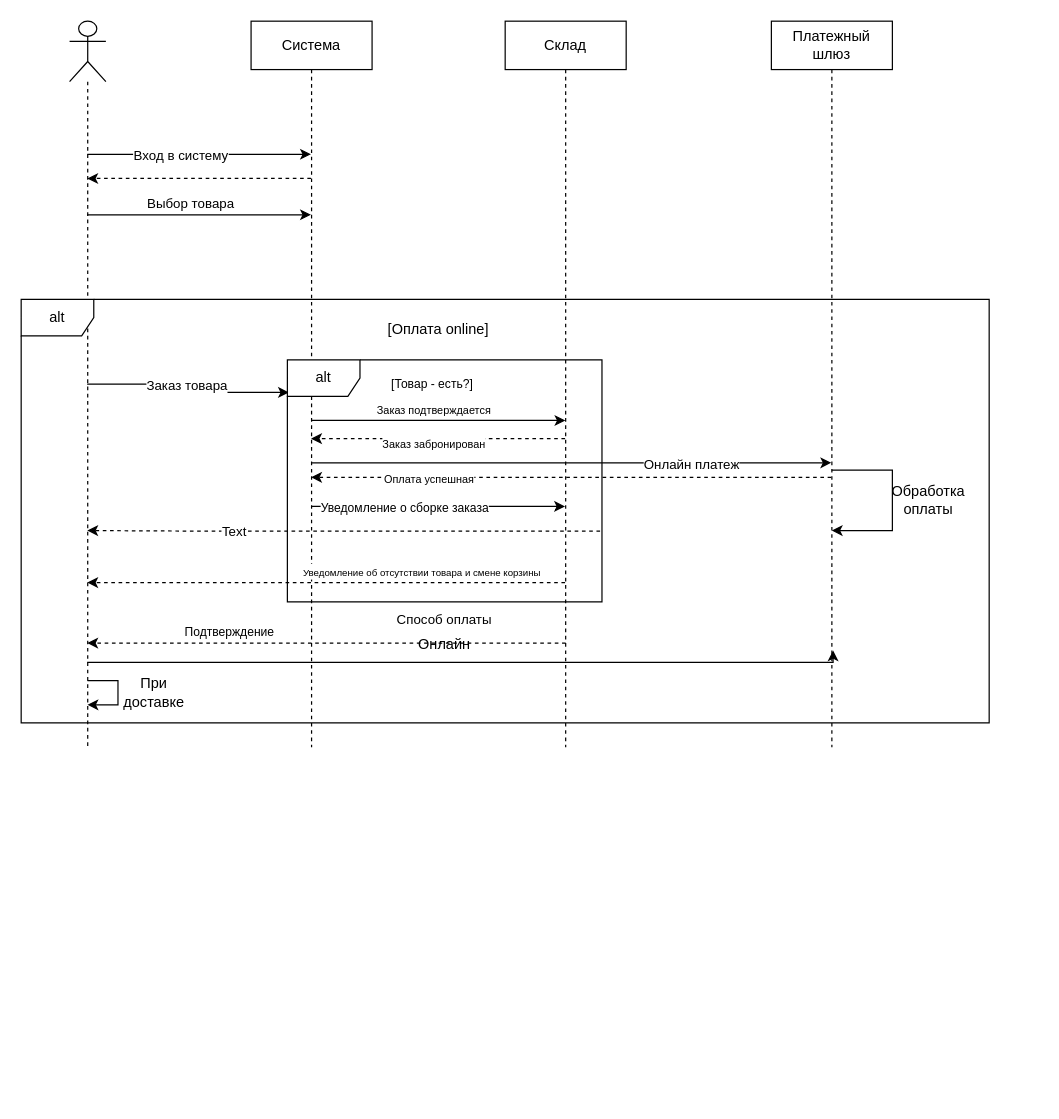
Before: prac12.1-12.2./prac12.2.drawio in Damirmgg/Design-Patterns-Practice12, a draw.io diagram. Source tidied: cells renumbered, new cells numbered last; positions are measured from the earlier drawing's top-left corner, leaving out a move shared by most shapes. Both pictures are drawn from the tidied source at 121%, with x=0, y=0 at pixel (21, 21).
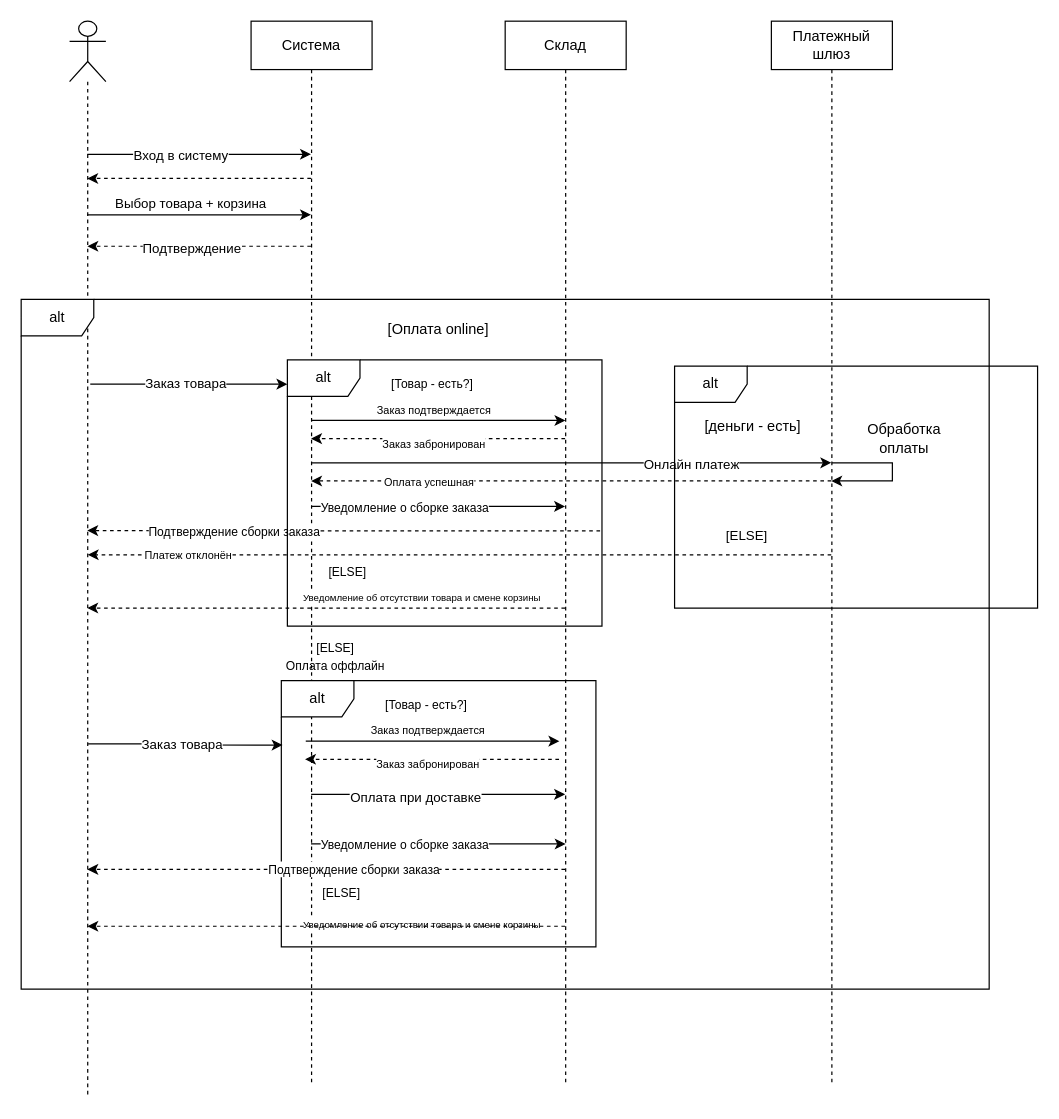
Above is the later version.

The change refers to these unchanged cells:
```xml
<mxCell id="25" style="endArrow=classic;html=1;rounded=0;" parent="1" edge="1">
  <mxGeometry relative="1" as="geometry">
    <mxPoint x="54.6" y="160" as="sourcePoint" />
    <mxPoint x="239.5" y="160" as="targetPoint" />
    <Array as="points">
      <mxPoint x="80" y="160" />
      <mxPoint x="180" y="160" />
    </Array>
  </mxGeometry>
</mxCell>
```

What changed in the source:
```diff
@@
-    <mxCell id="2" style="edgeStyle=orthogonalEdgeStyle;rounded=0;jettySize=auto;html=1;curved=0;" parent="1" edge="1" source="5">
-      <mxGeometry relative="1" as="geometry">
-        <mxPoint x="671" y="520" as="targetPoint" />
-        <Array as="points">
-          <mxPoint x="671" y="530" />
-        </Array>
-      </mxGeometry>
-    </mxCell>
-    <mxCell id="3" style="edgeStyle=orthogonalEdgeStyle;rounded=0;jettySize=auto;html=1;curved=0;entryX=0.005;entryY=0.134;entryDx=0;entryDy=0;entryPerimeter=0;" parent="1" edge="1" source="5" target="28">
-      <mxGeometry relative="1" as="geometry" />
+    <mxCell id="3" style="edgeStyle=orthogonalEdgeStyle;rounded=0;jettySize=auto;html=1;curved=0;exitX=0.57;exitY=0.337;exitDx=0;exitDy=0;exitPerimeter=0;" parent="1" edge="1" source="5">
+      <mxGeometry relative="1" as="geometry">
+        <mxPoint x="220" y="300" as="targetPoint" />
+      </mxGeometry>
     </mxCell>
@@
     <mxCell id="5" style="shape=umlLifeline;perimeter=lifelinePerimeter;whiteSpace=wrap;html=1;outlineConnect=0;portConstraint=eastwest;newEdgeStyle={&quot;curved&quot;:0,&quot;rounded&quot;:0};participant=umlActor;size=50;" parent="1" vertex="1">
-      <mxGeometry x="40" width="30" height="600" as="geometry" />
+      <mxGeometry x="40" width="30" height="890" as="geometry" />
     </mxCell>
@@
+    <mxCell id="40" style="edgeStyle=orthogonalEdgeStyle;rounded=0;orthogonalLoop=1;jettySize=auto;html=1;curved=0;" parent="1" edge="1">
+      <mxGeometry relative="1" as="geometry">
+        <mxPoint x="239.7" y="639" as="sourcePoint" />
+        <mxPoint x="449.5" y="639" as="targetPoint" />
+      </mxGeometry>
+    </mxCell>
+    <mxCell id="41" value="Оплата при доставке" style="edgeLabel;html=1;align=center;verticalAlign=middle;" parent="40" vertex="1">
+      <mxGeometry x="-0.24" y="-2" relative="1" as="geometry">
+        <mxPoint x="6" as="offset" />
+      </mxGeometry>
+    </mxCell>
     <mxCell id="8" value="Система" style="shape=umlLifeline;perimeter=lifelinePerimeter;whiteSpace=wrap;html=1;outlineConnect=0;portConstraint=eastwest;newEdgeStyle={&quot;curved&quot;:0,&quot;rounded&quot;:0};" parent="1" vertex="1">
-      <mxGeometry x="190" width="100" height="600" as="geometry" />
+      <mxGeometry x="190" width="100" height="880" as="geometry" />
     </mxCell>
@@
-    <mxCell id="13" style="edgeStyle=orthogonalEdgeStyle;rounded=0;jettySize=auto;html=1;curved=0;exitX=0.994;exitY=0.707;exitDx=0;exitDy=0;exitPerimeter=0;dashed=1;" parent="1" edge="1" source="28">
+    <mxCell id="13" style="edgeStyle=orthogonalEdgeStyle;rounded=0;jettySize=auto;html=1;curved=0;exitX=0.994;exitY=0.642;exitDx=0;exitDy=0;exitPerimeter=0;dashed=1;" parent="1" edge="1" source="28">
       <mxGeometry relative="1" as="geometry">
         <mxPoint x="54.6" y="421" as="targetPoint" />
       </mxGeometry>
     </mxCell>
-    <mxCell id="14" value="Text" style="edgeLabel;html=1;align=center;verticalAlign=middle;" parent="13" vertex="1">
+    <mxCell id="14" value="&lt;font style=&quot;font-size: 10px;&quot;&gt;Подтверждение сборки заказа&lt;/font&gt;" style="edgeLabel;html=1;align=center;verticalAlign=middle;" parent="13" vertex="1">
       <mxGeometry x="0.94" relative="1" as="geometry">
         <mxPoint x="108" as="offset" />
       </mxGeometry>
     </mxCell>
     <mxCell id="15" value="Склад" style="shape=umlLifeline;perimeter=lifelinePerimeter;whiteSpace=wrap;html=1;newEdgeStyle={&quot;curved&quot;:0,&quot;rounded&quot;:0};" parent="1" vertex="1">
-      <mxGeometry x="400" width="100" height="600" as="geometry" />
+      <mxGeometry x="400" width="100" height="880" as="geometry" />
     </mxCell>
     <mxCell id="16" style="edgeStyle=orthogonalEdgeStyle;rounded=0;orthogonalLoop=1;jettySize=auto;html=1;curved=0;dashed=1;" parent="1" edge="1">
       <mxGeometry relative="1" as="geometry">
-        <mxPoint x="669.5" y="377" as="sourcePoint" />
-        <mxPoint x="239.6" y="377" as="targetPoint" />
+        <mxPoint x="669.5" y="380" as="sourcePoint" />
+        <mxPoint x="239.6" y="380" as="targetPoint" />
       </mxGeometry>
     </mxCell>
@@
+    <mxCell id="42" style="edgeStyle=orthogonalEdgeStyle;rounded=0;orthogonalLoop=1;jettySize=auto;html=1;curved=0;dashed=1;" parent="1" edge="1">
+      <mxGeometry relative="1" as="geometry">
+        <mxPoint x="669.5" y="441" as="sourcePoint" />
+        <mxPoint x="55" y="441" as="targetPoint" />
+      </mxGeometry>
+    </mxCell>
+    <mxCell id="43" value="&lt;font style=&quot;font-size: 9px;&quot;&gt;Платеж отклонён&lt;/font&gt;" style="edgeLabel;html=1;align=center;verticalAlign=middle;" parent="42" vertex="1">
+      <mxGeometry x="0.85" y="-2" relative="1" as="geometry">
+        <mxPoint x="36" y="1" as="offset" />
+      </mxGeometry>
+    </mxCell>
     <mxCell id="18" value="Платежный шлюз" style="shape=umlLifeline;perimeter=lifelinePerimeter;whiteSpace=wrap;html=1;outlineConnect=0;portConstraint=eastwest;newEdgeStyle={&quot;curved&quot;:0,&quot;rounded&quot;:0};" parent="1" vertex="1">
-      <mxGeometry x="620" width="100" height="600" as="geometry" />
+      <mxGeometry x="620" width="100" height="880" as="geometry" />
     </mxCell>
@@
-    <mxCell id="21" style="endArrow=classic;html=1;rounded=0;" parent="1" edge="1">
+    <mxCell id="21" style="endArrow=classic;html=1;rounded=0;" parent="1" edge="1" target="18">
       <mxGeometry relative="1" as="geometry">
-        <mxPoint x="669.9" y="371" as="sourcePoint" />
-        <mxPoint x="669.9" y="421" as="targetPoint" />
+        <mxPoint x="669.9" y="365" as="sourcePoint" />
         <Array as="points">
-          <mxPoint x="720" y="371" />
-          <mxPoint x="720" y="421" />
-          <mxPoint x="700" y="421" />
+          <mxPoint x="720" y="365" />
+          <mxPoint x="720" y="380" />
+          <mxPoint x="700" y="380" />
         </Array>
       </mxGeometry>
     </mxCell>
     <mxCell id="22" value="Обработка оплаты" style="text;html=1;whiteSpace=wrap;strokeColor=none;fillColor=none;align=center;verticalAlign=middle;rounded=0;" parent="1" vertex="1">
-      <mxGeometry x="720" y="381" width="60" height="30" as="geometry" />
+      <mxGeometry x="700" y="330" width="60" height="30" as="geometry" />
     </mxCell>
@@
-    <mxCell id="26" value="Выбор товара" style="edgeLabel;html=1;align=center;verticalAlign=middle;" parent="25" vertex="1">
+    <mxCell id="26" value="Выбор товара + корзина" style="edgeLabel;html=1;align=center;verticalAlign=middle;" parent="25" vertex="1">
       <mxGeometry x="-0.53" y="3" relative="1" as="geometry">
         <mxPoint x="42" y="-7" as="offset" />
       </mxGeometry>
     </mxCell>
@@
     <mxCell id="28" value="alt" style="shape=umlFrame;whiteSpace=wrap;html=1;" parent="1" vertex="1">
-      <mxGeometry x="220" y="280" width="260" height="200" as="geometry" />
+      <mxGeometry x="220" y="280" width="260" height="220" as="geometry" />
     </mxCell>
@@
     <mxCell id="30" style="endArrow=classic;html=1;rounded=0;dashed=1;" parent="1" edge="1">
       <mxGeometry relative="1" as="geometry">
-        <mxPoint x="449.5" y="464" as="sourcePoint" />
-        <mxPoint x="54.6" y="464" as="targetPoint" />
+        <mxPoint x="449.5" y="485" as="sourcePoint" />
+        <mxPoint x="54.6" y="485" as="targetPoint" />
         <Array as="points">
-          <mxPoint x="335" y="464" />
+          <mxPoint x="335" y="485" />
         </Array>
       </mxGeometry>
     </mxCell>
@@
-    <mxCell id="32" style="endArrow=classic;html=1;rounded=0;dashed=1;" parent="1" edge="1">
-      <mxGeometry relative="1" as="geometry">
-        <mxPoint x="450" y="514" as="sourcePoint" />
-        <mxPoint x="54.6" y="514" as="targetPoint" />
-        <Array as="points">
-          <mxPoint x="335" y="514" />
-        </Array>
-      </mxGeometry>
-    </mxCell>
+    <mxCell id="34" value="alt" style="shape=umlFrame;whiteSpace=wrap;html=1;" parent="1" vertex="1">
+      <mxGeometry y="230" width="800" height="570" as="geometry" />
+    </mxCell>
+    <mxCell id="39" value="[Оплата online]" style="text;html=1;whiteSpace=wrap;strokeColor=none;fillColor=none;align=center;verticalAlign=middle;rounded=0;" parent="1" vertex="1">
+      <mxGeometry x="300" y="240" width="90" height="30" as="geometry" />
+    </mxCell>
+    <mxCell id="44" value="alt" style="shape=umlFrame;whiteSpace=wrap;html=1;" parent="1" vertex="1">
+      <mxGeometry x="540" y="285" width="300" height="200" as="geometry" />
+    </mxCell>
+    <mxCell id="45" value="[деньги - есть]" style="text;html=1;whiteSpace=wrap;strokeColor=none;fillColor=none;align=center;verticalAlign=middle;rounded=0;" parent="1" vertex="1">
+      <mxGeometry x="560" y="320" width="90" height="30" as="geometry" />
+    </mxCell>
+    <mxCell id="46" value="&lt;font style=&quot;font-size: 11px;&quot;&gt;[ELSE]&lt;/font&gt;" style="text;html=1;whiteSpace=wrap;strokeColor=none;fillColor=none;align=center;verticalAlign=middle;rounded=0;" parent="1" vertex="1">
+      <mxGeometry x="570" y="410" width="60" height="30" as="geometry" />
+    </mxCell>
+    <mxCell id="47" value="&lt;font style=&quot;font-size: 10px;&quot;&gt;[ELSE]&lt;/font&gt;" style="text;html=1;whiteSpace=wrap;strokeColor=none;fillColor=none;align=center;verticalAlign=middle;rounded=0;" parent="1" vertex="1">
+      <mxGeometry x="240" y="440" width="60" height="30" as="geometry" />
+    </mxCell>
+    <mxCell id="48" style="edgeStyle=orthogonalEdgeStyle;rounded=0;jettySize=auto;html=1;curved=0;" parent="1" edge="1" source="8">
+      <mxGeometry relative="1" as="geometry">
+        <mxPoint x="450" y="680" as="targetPoint" />
+        <Array as="points">
+          <mxPoint x="300" y="680" />
+          <mxPoint x="300" y="680" />
+        </Array>
+      </mxGeometry>
+    </mxCell>
+    <mxCell id="49" value="&lt;font style=&quot;font-size: 10px;&quot;&gt;Уведомление о сборке заказа&lt;/font&gt;" style="edgeLabel;html=1;align=center;verticalAlign=middle;" parent="48" vertex="1">
+      <mxGeometry x="-0.4" relative="1" as="geometry">
+        <mxPoint x="14" as="offset" />
+      </mxGeometry>
+    </mxCell>
+    <mxCell id="50" style="edgeStyle=orthogonalEdgeStyle;rounded=0;orthogonalLoop=1;jettySize=auto;html=1;curved=0;dashed=1;" parent="1" edge="1">
+      <mxGeometry relative="1" as="geometry">
+        <mxPoint x="444.5" y="610" as="sourcePoint" />
+        <mxPoint x="234.6" y="610" as="targetPoint" />
+      </mxGeometry>
+    </mxCell>
+    <mxCell id="51" value="&lt;font style=&quot;font-size: 9px;&quot;&gt;Заказ забронирован&lt;/font&gt;" style="edgeLabel;html=1;align=center;verticalAlign=middle;" parent="50" vertex="1">
+      <mxGeometry x="0.2" y="3" relative="1" as="geometry">
+        <mxPoint x="17" as="offset" />
+      </mxGeometry>
+    </mxCell>
+    <mxCell id="52" style="endArrow=classic;html=1;rounded=0;" parent="1" edge="1">
+      <mxGeometry relative="1" as="geometry">
+        <mxPoint x="235.2" y="595" as="sourcePoint" />
+        <mxPoint x="444.8" y="595" as="targetPoint" />
+        <Array as="points">
+          <mxPoint x="275.3" y="595" />
+          <mxPoint x="335.3" y="595" />
+        </Array>
+      </mxGeometry>
+    </mxCell>
+    <mxCell id="53" value="&lt;font style=&quot;font-size: 9px;&quot;&gt;Заказ подтверждается&lt;/font&gt;" style="edgeLabel;html=1;align=center;verticalAlign=middle;" parent="52" vertex="1">
+      <mxGeometry x="-0.31" y="3" relative="1" as="geometry">
+        <mxPoint x="28" y="-7" as="offset" />
+      </mxGeometry>
+    </mxCell>
+    <mxCell id="54" value="alt" style="shape=umlFrame;whiteSpace=wrap;html=1;" parent="1" vertex="1">
+      <mxGeometry x="215" y="545" width="260" height="220" as="geometry" />
+    </mxCell>
+    <mxCell id="55" value="&lt;font style=&quot;font-size: 10px;&quot;&gt;[Товар - есть?]&lt;/font&gt;" style="text;html=1;whiteSpace=wrap;strokeColor=none;fillColor=none;align=center;verticalAlign=middle;rounded=0;" parent="1" vertex="1">
+      <mxGeometry x="285" y="550" width="100" height="30" as="geometry" />
+    </mxCell>
+    <mxCell id="56" value="&lt;font style=&quot;font-size: 8px;&quot;&gt;Уведомление об отсутствии товара и смене корзины&lt;/font&gt;" style="edgeLabel;html=1;align=center;verticalAlign=middle;" parent="1" vertex="1">
+      <mxGeometry x="330" y="745" as="geometry" />
+    </mxCell>
+    <mxCell id="57" value="&lt;font style=&quot;font-size: 10px;&quot;&gt;[ELSE]&lt;/font&gt;" style="text;html=1;whiteSpace=wrap;strokeColor=none;fillColor=none;align=center;verticalAlign=middle;rounded=0;" parent="1" vertex="1">
+      <mxGeometry x="235" y="705" width="60" height="30" as="geometry" />
+    </mxCell>
+    <mxCell id="58" value="&lt;font style=&quot;font-size: 10px;&quot;&gt;[ELSE]&lt;br&gt;Оплата оффлайн&lt;/font&gt;" style="text;html=1;whiteSpace=wrap;strokeColor=none;fillColor=none;align=center;verticalAlign=middle;rounded=0;" parent="1" vertex="1">
+      <mxGeometry x="215" y="510" width="90" height="30" as="geometry" />
+    </mxCell>
+    <mxCell id="59" style="edgeStyle=orthogonalEdgeStyle;rounded=0;jettySize=auto;html=1;curved=0;exitX=0.51;exitY=0.671;exitDx=0;exitDy=0;exitPerimeter=0;entryX=0.004;entryY=0.242;entryDx=0;entryDy=0;entryPerimeter=0;" parent="1" edge="1" source="5" target="54">
+      <mxGeometry relative="1" as="geometry" />
+    </mxCell>
+    <mxCell id="60" value="Заказ товара" style="edgeLabel;html=1;align=center;verticalAlign=middle;" parent="59" vertex="1">
+      <mxGeometry x="-0.23" y="-1" relative="1" as="geometry">
+        <mxPoint x="15" y="-1" as="offset" />
+      </mxGeometry>
+    </mxCell>
+    <mxCell id="61" style="endArrow=classic;html=1;rounded=0;dashed=1;" parent="1" edge="1">
+      <mxGeometry relative="1" as="geometry">
+        <mxPoint x="449.5" y="701" as="sourcePoint" />
+        <mxPoint x="54.7" y="701" as="targetPoint" />
+      </mxGeometry>
+    </mxCell>
+    <mxCell id="62" value="&lt;font style=&quot;font-size: 10px;&quot;&gt;Подтверждение сборки заказа&lt;/font&gt;" style="edgeLabel;html=1;align=center;verticalAlign=middle;" parent="61" vertex="1">
+      <mxGeometry x="-0.12" y="3" relative="1" as="geometry">
+        <mxPoint x="-1" y="-4" as="offset" />
+      </mxGeometry>
+    </mxCell>
+    <mxCell id="63" style="endArrow=classic;html=1;rounded=0;dashed=1;" parent="1" edge="1">
+      <mxGeometry relative="1" as="geometry">
+        <mxPoint x="239.5" y="186" as="sourcePoint" />
+        <mxPoint x="54.7" y="186" as="targetPoint" />
+      </mxGeometry>
+    </mxCell>
-    <mxCell id="33" value="&lt;font size=&quot;1&quot;&gt;Подтверждение&lt;/font&gt;" style="edgeLabel;html=1;align=center;verticalAlign=middle;" parent="32" vertex="1">
-      <mxGeometry x="0.34" y="-3" relative="1" as="geometry">
-        <mxPoint x="-14" y="-7" as="offset" />
+    <mxCell id="33" value="Подтверждение" style="edgeLabel;html=1;align=center;verticalAlign=middle;" parent="63" vertex="1">
+      <mxGeometry x="0.4" y="1" relative="1" as="geometry">
+        <mxPoint x="30" as="offset" />
       </mxGeometry>
     </mxCell>
-    <mxCell id="34" value="alt" style="shape=umlFrame;whiteSpace=wrap;html=1;" parent="1" vertex="1">
-      <mxGeometry y="230" width="800" height="350" as="geometry" />
-    </mxCell>
-    <mxCell id="35" value="&lt;span style=&quot;font-size: 11px;&quot;&gt;Способ оплаты&lt;/span&gt;" style="text;html=1;whiteSpace=wrap;strokeColor=none;fillColor=none;align=center;verticalAlign=middle;rounded=0;" parent="1" vertex="1">
-      <mxGeometry x="300" y="480" width="100" height="30" as="geometry" />
-    </mxCell>
-    <mxCell id="36" value="Онлайн" style="text;html=1;whiteSpace=wrap;strokeColor=none;fillColor=none;align=center;verticalAlign=middle;rounded=0;" parent="1" vertex="1">
-      <mxGeometry x="320" y="500" width="60" height="30" as="geometry" />
-    </mxCell>
-    <mxCell id="37" style="edgeStyle=orthogonalEdgeStyle;rounded=0;orthogonalLoop=1;jettySize=auto;html=1;curved=0;" parent="1" edge="1">
-      <mxGeometry relative="1" as="geometry">
-        <mxPoint x="54.8" y="545" as="sourcePoint" />
-        <mxPoint x="54.8" y="565" as="targetPoint" />
-        <Array as="points">
-          <mxPoint x="80" y="545" />
-          <mxPoint x="80" y="565" />
-        </Array>
-      </mxGeometry>
-    </mxCell>
-    <mxCell id="38" value="При доставке" style="text;html=1;whiteSpace=wrap;strokeColor=none;fillColor=none;align=center;verticalAlign=middle;rounded=0;" parent="1" vertex="1">
-      <mxGeometry x="80" y="540" width="60" height="30" as="geometry" />
-    </mxCell>
-    <mxCell id="39" value="[Оплата online]" style="text;html=1;whiteSpace=wrap;strokeColor=none;fillColor=none;align=center;verticalAlign=middle;rounded=0;" parent="1" vertex="1">
-      <mxGeometry x="300" y="240" width="90" height="30" as="geometry" />
-    </mxCell>
+    <mxCell id="64" style="endArrow=classic;html=1;rounded=0;dashed=1;" parent="1" edge="1">
+      <mxGeometry relative="1" as="geometry">
+        <mxPoint x="449.5" y="748" as="sourcePoint" />
+        <mxPoint x="54.7" y="748" as="targetPoint" />
+      </mxGeometry>
+    </mxCell>
```
